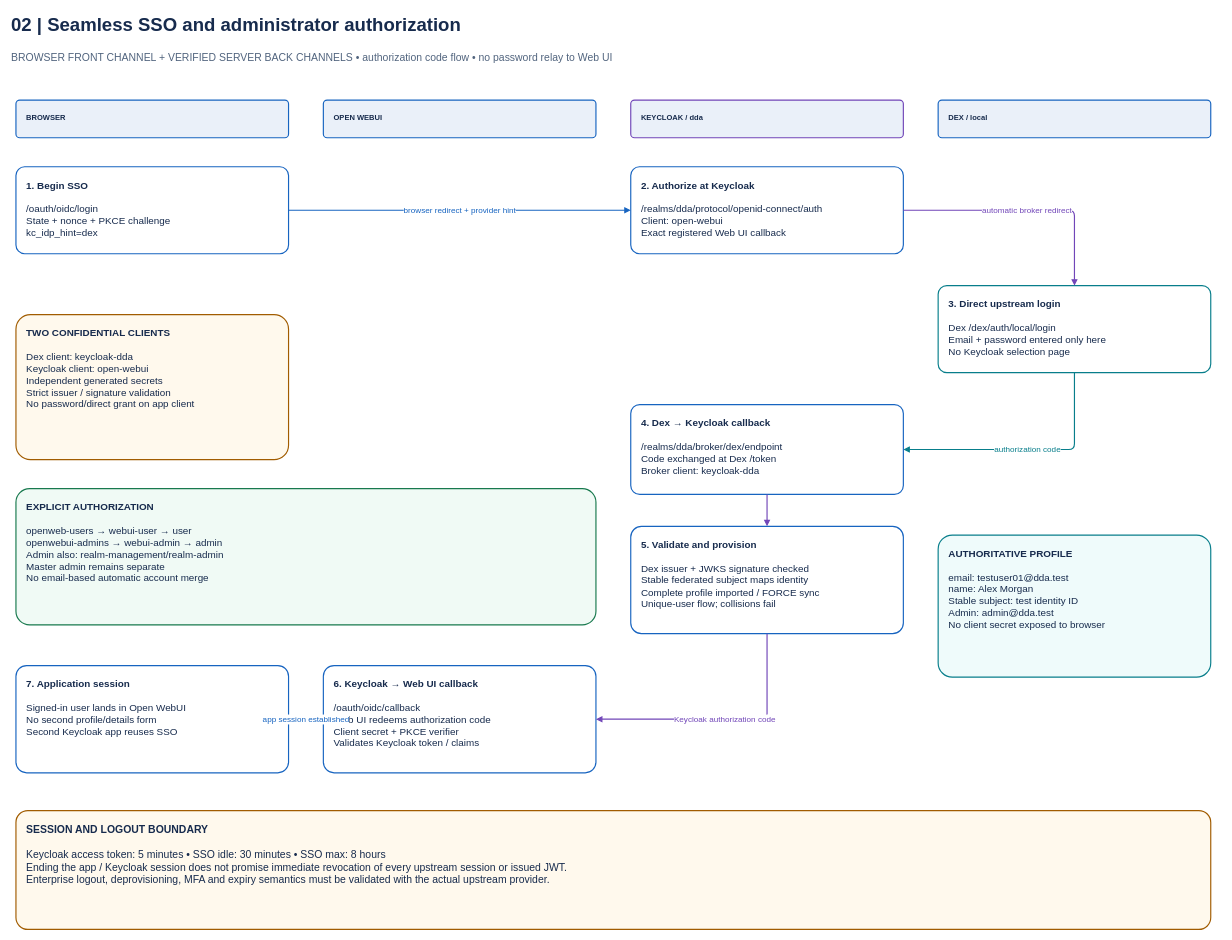
The draw.io diagram page "02 | Seamless SSO and administrator authorization" (2 of 4) of architecture/dda-sso-architecture.drawio in degalasudheer2727/dda-sso-platform, before the edit. Source tidied: cells renumbered, new cells numbered last; positions are measured from the earlier drawing's top-left corner, leaving out a move shared by most shapes. Both pictures are drawn from the tidied source at 58%, with x=0, y=0 at pixel (10, 10).
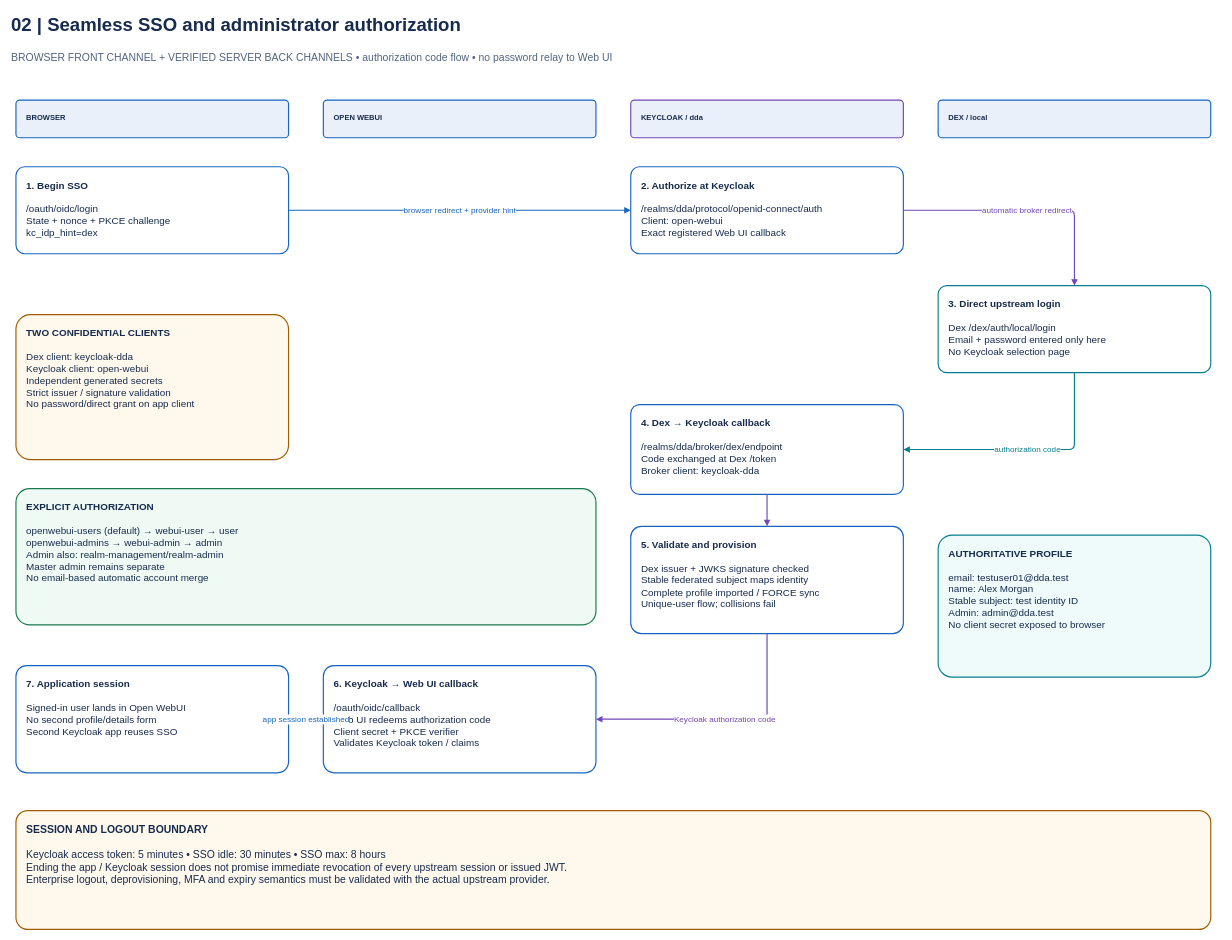
After the change.

What changed in the source:
```diff
@@
-    <mxCell id="23" value="&lt;b&gt;EXPLICIT AUTHORIZATION&lt;/b&gt;&lt;br&gt;&lt;br&gt;openweb-users → webui-user → user&lt;br&gt;openwebui-admins → webui-admin → admin&lt;br&gt;Admin also: realm-management/realm-admin&lt;br&gt;Master admin remains separate&lt;br&gt;No email-based automatic account merge" style="rounded=1;arcSize=10;html=1;whiteSpace=wrap;align=left;verticalAlign=top;spacing=18;fillColor=#F0FAF5;strokeColor=#18794E;strokeWidth=2;fontFamily=Helvetica;fontSize=17;fontColor=#172B4D;" parent="1" vertex="1">
+    <mxCell id="23" value="&lt;b&gt;EXPLICIT AUTHORIZATION&lt;/b&gt;&lt;br&gt;&lt;br&gt;openwebui-users (default) → webui-user → user&lt;br&gt;openwebui-admins → webui-admin → admin&lt;br&gt;Admin also: realm-management/realm-admin&lt;br&gt;Master admin remains separate&lt;br&gt;No email-based automatic account merge" style="rounded=1;arcSize=10;html=1;whiteSpace=wrap;align=left;verticalAlign=top;spacing=18;fillColor=#F0FAF5;strokeColor=#18794E;strokeWidth=2;fontFamily=Helvetica;fontSize=17;fontColor=#172B4D;" parent="1" vertex="1">
       <mxGeometry x="10" y="825" width="1000" height="235" as="geometry" />
     </mxCell>
```
